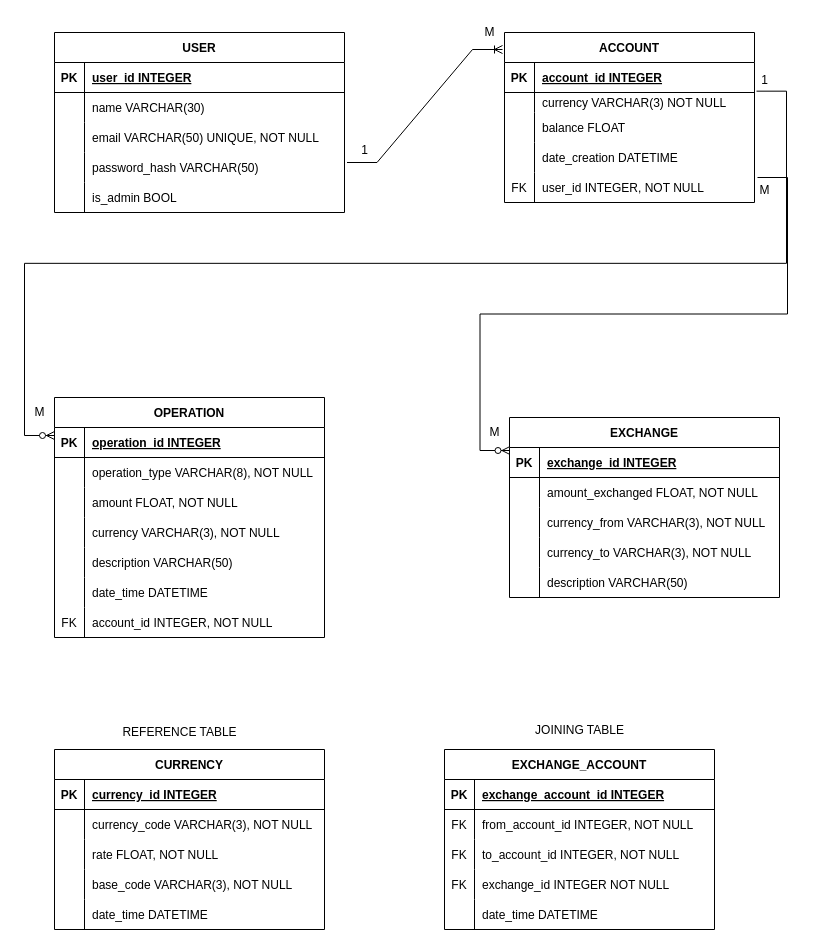
The draw.io diagram Currency_exchange.drawio in danilo90lan/API_Web_Server_Currency_Exchange, before the edit. Source tidied: cells renumbered, new cells numbered last; positions are measured from the earlier drawing's top-left corner, leaving out a move shared by most shapes. Both pictures are drawn from the tidied source at 100%, with x=0, y=0 at pixel (24, 17).
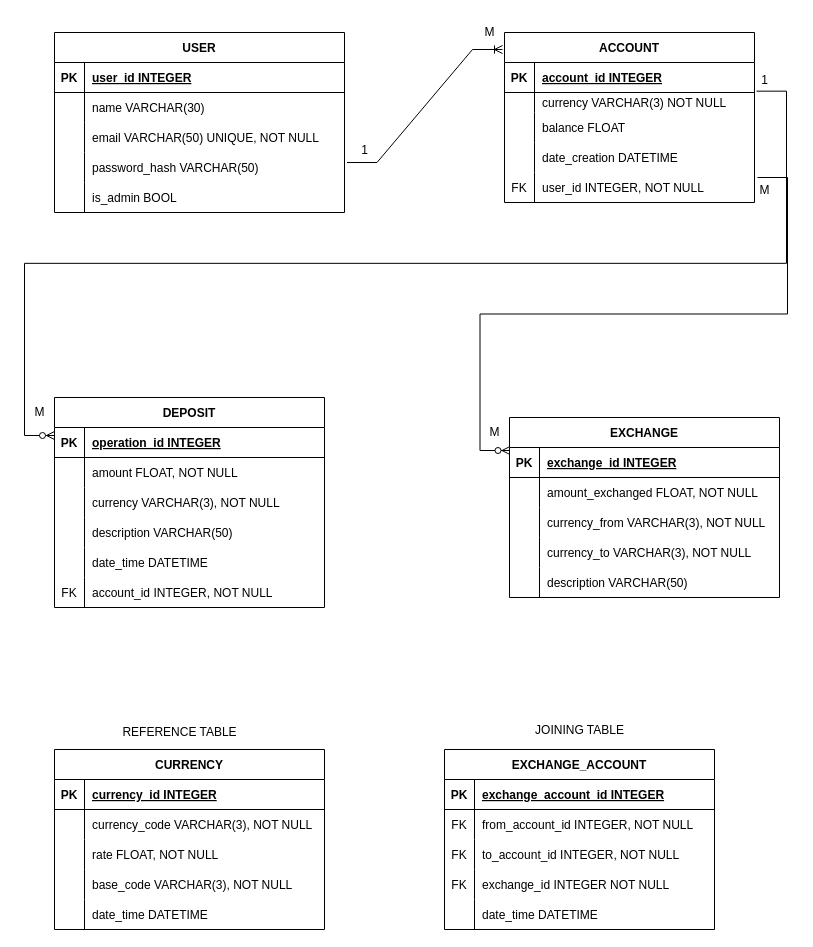
The same page after the edit.

The change refers to these unchanged cells:
```xml
<mxCell id="38" style="shape=partialRectangle;fillColor=none;top=0;left=0;right=0;bottom=0;" parent="34" vertex="1">
  <mxGeometry y="60" width="270" height="30" as="geometry" />
</mxCell>
<mxCell id="41" style="shape=partialRectangle;fillColor=none;top=0;left=0;right=0;bottom=0;" parent="34" vertex="1">
  <mxGeometry y="90" width="270" height="30" as="geometry" />
</mxCell>
<mxCell id="44" style="shape=partialRectangle;fillColor=none;top=0;left=0;right=0;bottom=0;" parent="34" vertex="1">
  <mxGeometry y="120" width="270" height="30" as="geometry" />
</mxCell>
<mxCell id="47" style="shape=partialRectangle;fillColor=none;top=0;left=0;right=0;bottom=0;" parent="34" vertex="1">
  <mxGeometry y="150" width="270" height="30" as="geometry" />
</mxCell>
<mxCell id="50" style="shape=partialRectangle;fillColor=none;top=0;left=0;right=0;bottom=0;" parent="34" vertex="1">
  <mxGeometry y="180" width="270" height="30" as="geometry" />
</mxCell>
```

Diff of the diagram source:
```diff
@@
-    <mxCell id="34" value="OPERATION" style="shape=table;startSize=30;childLayout=tableLayout;rowLines=0;fontStyle=1;align=center;" parent="1" vertex="1">
-      <mxGeometry x="30" y="380" width="270" height="240" as="geometry" />
+    <mxCell id="34" value="DEPOSIT" style="shape=table;startSize=30;childLayout=tableLayout;rowLines=0;fontStyle=1;align=center;" parent="1" vertex="1">
+      <mxGeometry x="30" y="380" width="270" height="210" as="geometry" />
     </mxCell>
@@
-    <mxCell id="40" value="operation_type VARCHAR(8), NOT NULL" style="shape=partialRectangle;overflow=hidden;fillColor=none;top=0;left=0;bottom=0;right=0;align=left;spacingLeft=6;" parent="38" vertex="1">
+    <mxCell id="40" value="amount FLOAT, NOT NULL" style="shape=partialRectangle;overflow=hidden;fillColor=none;top=0;left=0;bottom=0;right=0;align=left;spacingLeft=6;" parent="38" vertex="1">
       <mxGeometry x="30" width="240" height="30" as="geometry" />
     </mxCell>
@@
-    <mxCell id="43" value="amount FLOAT, NOT NULL" style="shape=partialRectangle;overflow=hidden;fillColor=none;top=0;left=0;bottom=0;right=0;align=left;spacingLeft=6;" parent="41" vertex="1">
+    <mxCell id="43" value="currency VARCHAR(3), NOT NULL" style="shape=partialRectangle;overflow=hidden;fillColor=none;top=0;left=0;bottom=0;right=0;align=left;spacingLeft=6;" parent="41" vertex="1">
       <mxGeometry x="30" width="240" height="30" as="geometry" />
     </mxCell>
@@
-    <mxCell id="46" value="currency VARCHAR(3), NOT NULL" style="shape=partialRectangle;overflow=hidden;fillColor=none;top=0;left=0;bottom=0;right=0;align=left;spacingLeft=6;" parent="44" vertex="1">
+    <mxCell id="46" value="description VARCHAR(50)" style="shape=partialRectangle;overflow=hidden;fillColor=none;top=0;left=0;bottom=0;right=0;align=left;spacingLeft=6;" parent="44" vertex="1">
       <mxGeometry x="30" width="240" height="30" as="geometry" />
     </mxCell>
@@
-    <mxCell id="49" value="description VARCHAR(50)" style="shape=partialRectangle;overflow=hidden;fillColor=none;top=0;left=0;bottom=0;right=0;align=left;spacingLeft=6;" parent="47" vertex="1">
+    <mxCell id="49" value="date_time DATETIME" style="shape=partialRectangle;overflow=hidden;fillColor=none;top=0;left=0;bottom=0;right=0;align=left;spacingLeft=6;" parent="47" vertex="1">
       <mxGeometry x="30" width="240" height="30" as="geometry" />
     </mxCell>
@@
-    <mxCell id="51" style="shape=partialRectangle;overflow=hidden;fillColor=none;top=0;left=0;bottom=0;right=0;" parent="50" vertex="1">
+    <mxCell id="51" value="FK" style="shape=partialRectangle;overflow=hidden;fillColor=none;top=0;left=0;bottom=0;right=0;" parent="50" vertex="1">
       <mxGeometry width="30" height="30" as="geometry" />
     </mxCell>
-    <mxCell id="52" value="date_time DATETIME" style="shape=partialRectangle;overflow=hidden;fillColor=none;top=0;left=0;bottom=0;right=0;align=left;spacingLeft=6;" parent="50" vertex="1">
+    <mxCell id="52" value="account_id INTEGER, NOT NULL" style="shape=partialRectangle;overflow=hidden;fillColor=none;top=0;left=0;bottom=0;right=0;align=left;spacingLeft=6;" parent="50" vertex="1">
       <mxGeometry x="30" width="240" height="30" as="geometry" />
     </mxCell>
-    <mxCell id="53" style="shape=partialRectangle;fillColor=none;top=0;left=0;right=0;bottom=0;" parent="34" vertex="1">
-      <mxGeometry y="210" width="270" height="30" as="geometry" />
-    </mxCell>
-    <mxCell id="54" value="FK" style="shape=partialRectangle;overflow=hidden;fillColor=none;top=0;left=0;bottom=0;right=0;" parent="53" vertex="1">
-      <mxGeometry width="30" height="30" as="geometry" />
-    </mxCell>
-    <mxCell id="55" value="account_id INTEGER, NOT NULL" style="shape=partialRectangle;overflow=hidden;fillColor=none;top=0;left=0;bottom=0;right=0;align=left;spacingLeft=6;" parent="53" vertex="1">
-      <mxGeometry x="30" width="240" height="30" as="geometry" />
-    </mxCell>
```
